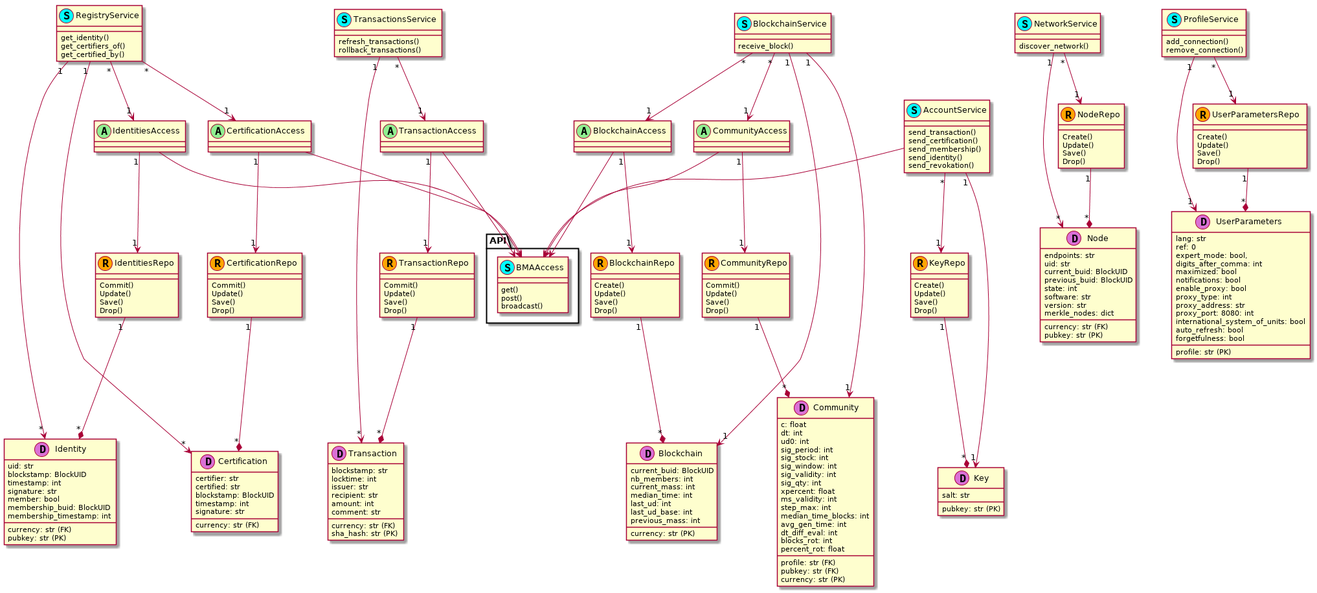
Before: doc/uml/backend.png, a diagram exported from PlantUML (duniter/sakia).
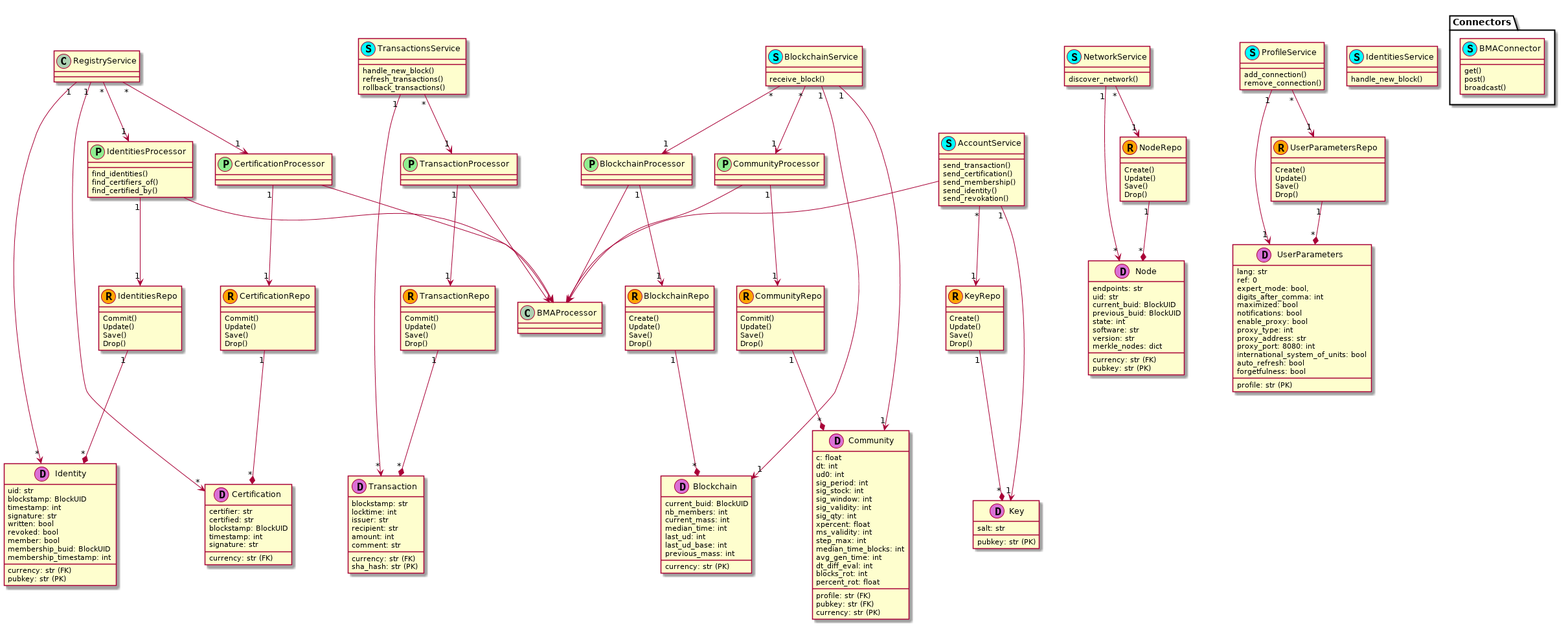
After the change.

The edit, as a diff of the source:
```diff
@@ -1,5 +1,4 @@
 @startuml
-
 
 
 
@@ -10,6 +9,8 @@
     blockstamp: BlockUID
     timestamp: int
     signature: str
+    written: bool
+    revoked: bool
     member: bool
     membership_buid: BlockUID
     membership_timestamp: int
@@ -176,15 +177,19 @@
 
 
 
-class IdentitiesAccess  << (A,lightgreen) >> {
+class IdentitiesProcessor  << (P,lightgreen) >> {
+    find_identities()
+    find_certifiers_of()
+    find_certified_by()
 }
-class CertificationAccess  << (A,lightgreen) >> {
+
+class CertificationProcessor  << (P,lightgreen) >> {
 }
-class TransactionAccess  << (A,lightgreen) >> {
+class TransactionProcessor  << (P,lightgreen) >> {
 }
-class CommunityAccess  << (A,lightgreen) >> {
+class CommunityProcessor  << (P,lightgreen) >> {
 }
-class BlockchainAccess  << (A,lightgreen) >> {
+class BlockchainProcessor  << (P,lightgreen) >> {
 }
 
 
@@ -193,7 +198,6 @@
 class ProfileService << (S,cyan) >>  {
     add_connection()
     remove_connection()
-
 }
 
 class AccountService << (S,cyan) >>  {
@@ -203,15 +207,15 @@
     send_identity()
     send_revokation()
 }
+
 class TransactionsService << (S,cyan) >>  {
+    handle_new_block()
     refresh_transactions()
     rollback_transactions()
 }
 
-class RegistryService << (S,cyan) >> {
-    get_identity()
-    get_certifiers_of()
-    get_certified_by()
+class IdentitiesService << (S,cyan) >> {
+    handle_new_block()
 }
 
 class NetworkService << (S,cyan) >>  {
@@ -231,39 +235,39 @@
 
 
 TransactionsService "1" --> "*" Transaction
-TransactionsService "*" --> "1" TransactionAccess
-TransactionAccess "1" --> "1" TransactionRepo
+TransactionsService "*" --> "1" TransactionProcessor
+TransactionProcessor "1" --> "1" TransactionRepo
 
 RegistryService "1" --> "*" Identity
 RegistryService "1" --> "*" Certification
-RegistryService "*" --> "1" IdentitiesAccess
-IdentitiesAccess "1" --> "1" IdentitiesRepo
-RegistryService "*" --> "1" CertificationAccess
-CertificationAccess "1" --> "1" CertificationRepo
+RegistryService "*" --> "1" IdentitiesProcessor
+IdentitiesProcessor "1" --> "1" IdentitiesRepo
+RegistryService "*" --> "1" CertificationProcessor
+CertificationProcessor "1" --> "1" CertificationRepo
 
 NetworkService "1" --> "*" Node
 NetworkService "*" --> "1" NodeRepo
 
 BlockchainService "1" --> "1" Blockchain
 BlockchainService "1" --> "1" Community
-BlockchainService "*" --> "1" BlockchainAccess
-BlockchainAccess "1" --> "1" BlockchainRepo
-BlockchainService "*" --> "1" CommunityAccess
-CommunityAccess "1" --> "1" CommunityRepo
+BlockchainService "*" --> "1" BlockchainProcessor
+BlockchainProcessor "1" --> "1" BlockchainRepo
+BlockchainService "*" --> "1" CommunityProcessor
+CommunityProcessor "1" --> "1" CommunityRepo
 
-package API {
-    class BMAAccess << (S,cyan) >>  {
+package Connectors {
+    class BMAConnector << (S,cyan) >>  {
         get()
         post()
         broadcast()
     }
 }
 
-AccountService --> BMAAccess
-BlockchainAccess --> BMAAccess
-CommunityAccess --> BMAAccess
-TransactionAccess --> BMAAccess
-IdentitiesAccess --> BMAAccess
-CertificationAccess --> BMAAccess
+AccountService --> BMAProcessor
+BlockchainProcessor --> BMAProcessor
+CommunityProcessor --> BMAProcessor
+TransactionProcessor --> BMAProcessor
+IdentitiesProcessor --> BMAProcessor
+CertificationProcessor --> BMAProcessor
 
 @enduml
```
